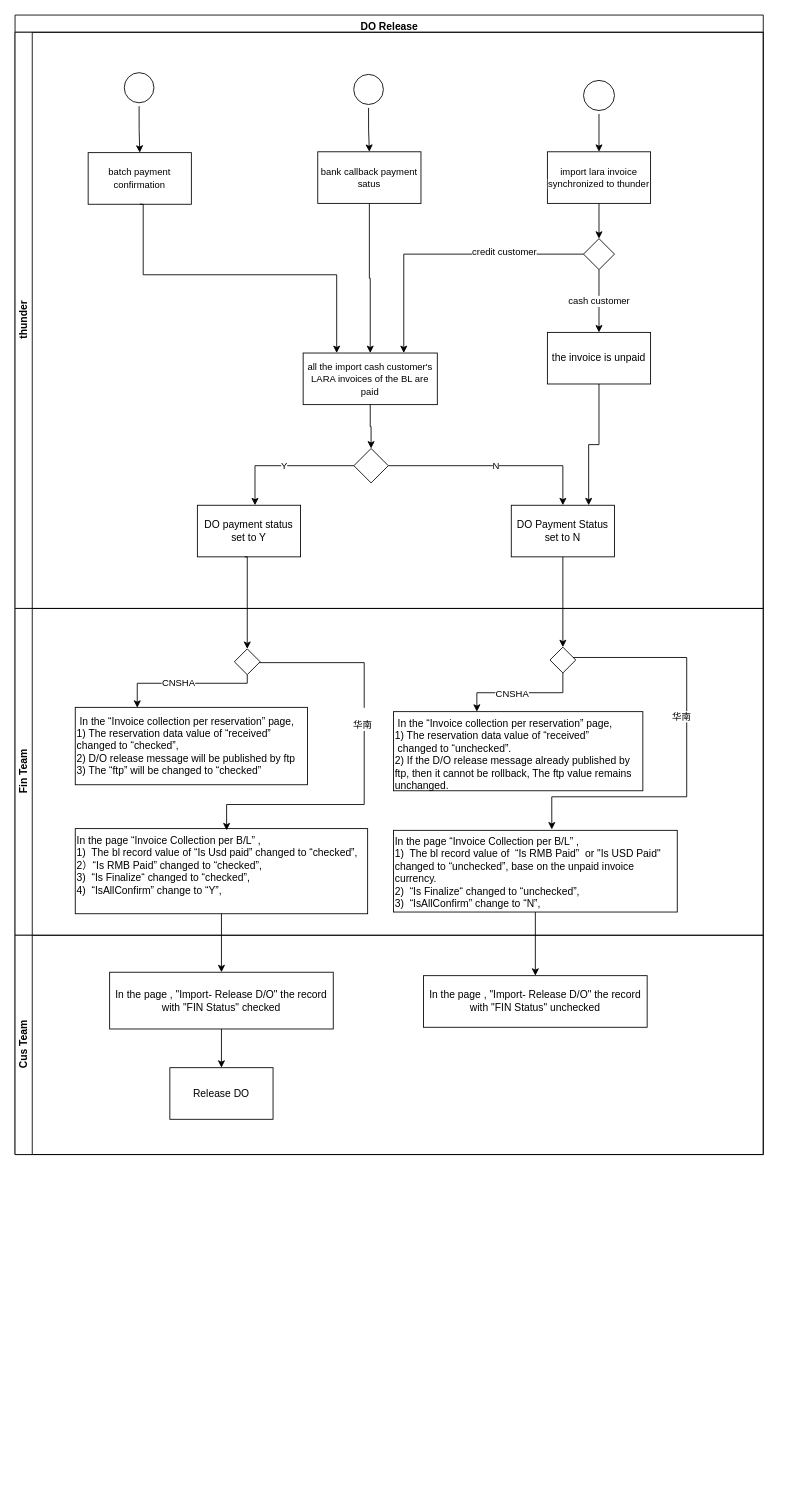
This is do release.drawio from yi2003/diagram, a draw.io file, before an edit. Source tidied: cells renumbered, new cells numbered last; positions are measured from the earlier drawing's top-left corner, leaving out a move shared by most shapes. Both pictures are drawn from the tidied source at 86%, with x=0, y=0 at pixel (15, 15).
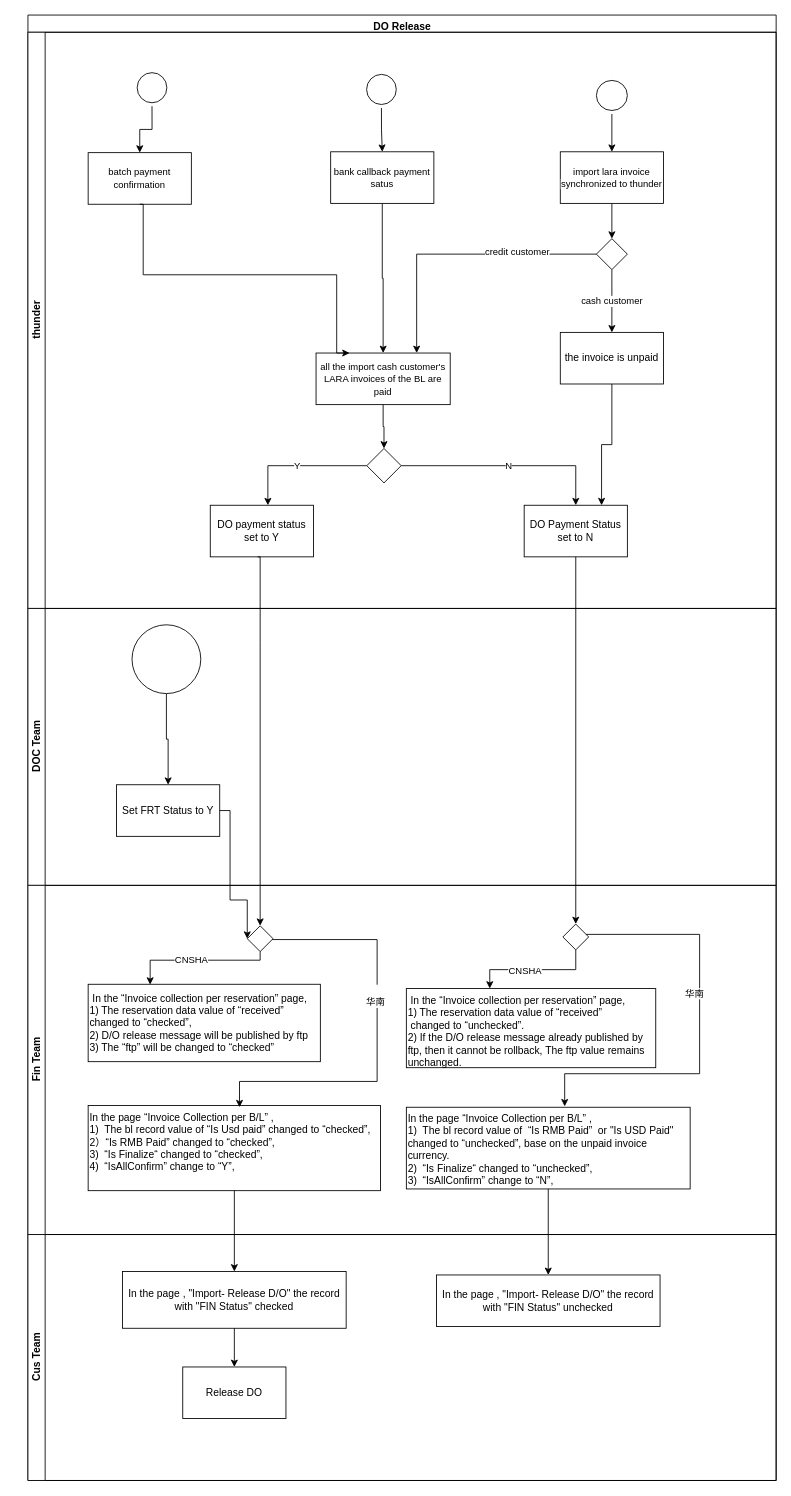
Above is the later version.

Unchanged cells that the change refers to:
```xml
<mxCell id="31" style="rhombus;whiteSpace=wrap;html=1;fillColor=none;strokeColor=default;fontColor=none;" parent="26" vertex="1">
  <mxGeometry x="255" y="47" width="30" height="30" as="geometry" />
</mxCell>
```

Change to the diagram source:
```diff
@@
     <mxCell id="2" value="DO Release" style="swimlane;horizontal=1;startSize=20;html=1;align=center;verticalAlign=top;" parent="1" vertex="1">
-      <mxGeometry width="870" height="1325" as="geometry" />
+      <mxGeometry x="15" width="870" height="1704" as="geometry" />
     </mxCell>
@@
+    <mxCell id="52" value="DOC Team" style="swimlane;startSize=20;horizontal=0;html=1;" parent="2" vertex="1">
+      <mxGeometry y="690" width="870" height="322" as="geometry" />
+    </mxCell>
+    <mxCell id="53" value="Set FRT Status to Y" style="rounded=0;whiteSpace=wrap;html=1;" parent="52" vertex="1">
+      <mxGeometry x="103" y="205" width="120" height="60" as="geometry" />
+    </mxCell>
+    <mxCell id="54" style="edgeStyle=orthogonalEdgeStyle;rounded=0;jettySize=auto;html=1;" parent="52" edge="1" source="55" target="53">
+      <mxGeometry relative="1" as="geometry" />
+    </mxCell>
+    <mxCell id="55" style="ellipse;whiteSpace=wrap;html=1;" parent="52" vertex="1">
+      <mxGeometry x="121" y="19" width="80" height="80" as="geometry" />
+    </mxCell>
     <mxCell id="26" value="Fin Team" style="swimlane;startSize=20;horizontal=0;html=1;" parent="2" vertex="1">
-      <mxGeometry y="690" width="870" height="380" as="geometry" />
+      <mxGeometry y="1012" width="870" height="406" as="geometry" />
     </mxCell>
@@
     <mxCell id="43" value="Cus Team" style="swimlane;startSize=20;horizontal=0;html=1;" parent="2" vertex="1">
-      <mxGeometry y="1070" width="870" height="255" as="geometry" />
+      <mxGeometry y="1418" width="870" height="286" as="geometry" />
     </mxCell>
@@
+    <mxCell id="56" style="edgeStyle=orthogonalEdgeStyle;rounded=0;jettySize=auto;html=1;entryX=0;entryY=0.5;entryDx=0;entryDy=0;" parent="2" edge="1" source="53" target="31">
+      <mxGeometry relative="1" as="geometry">
+        <Array as="points">
+          <mxPoint x="235" y="925" />
+          <mxPoint x="235" y="1029" />
+          <mxPoint x="255" y="1029" />
+        </Array>
+      </mxGeometry>
+    </mxCell>
```
